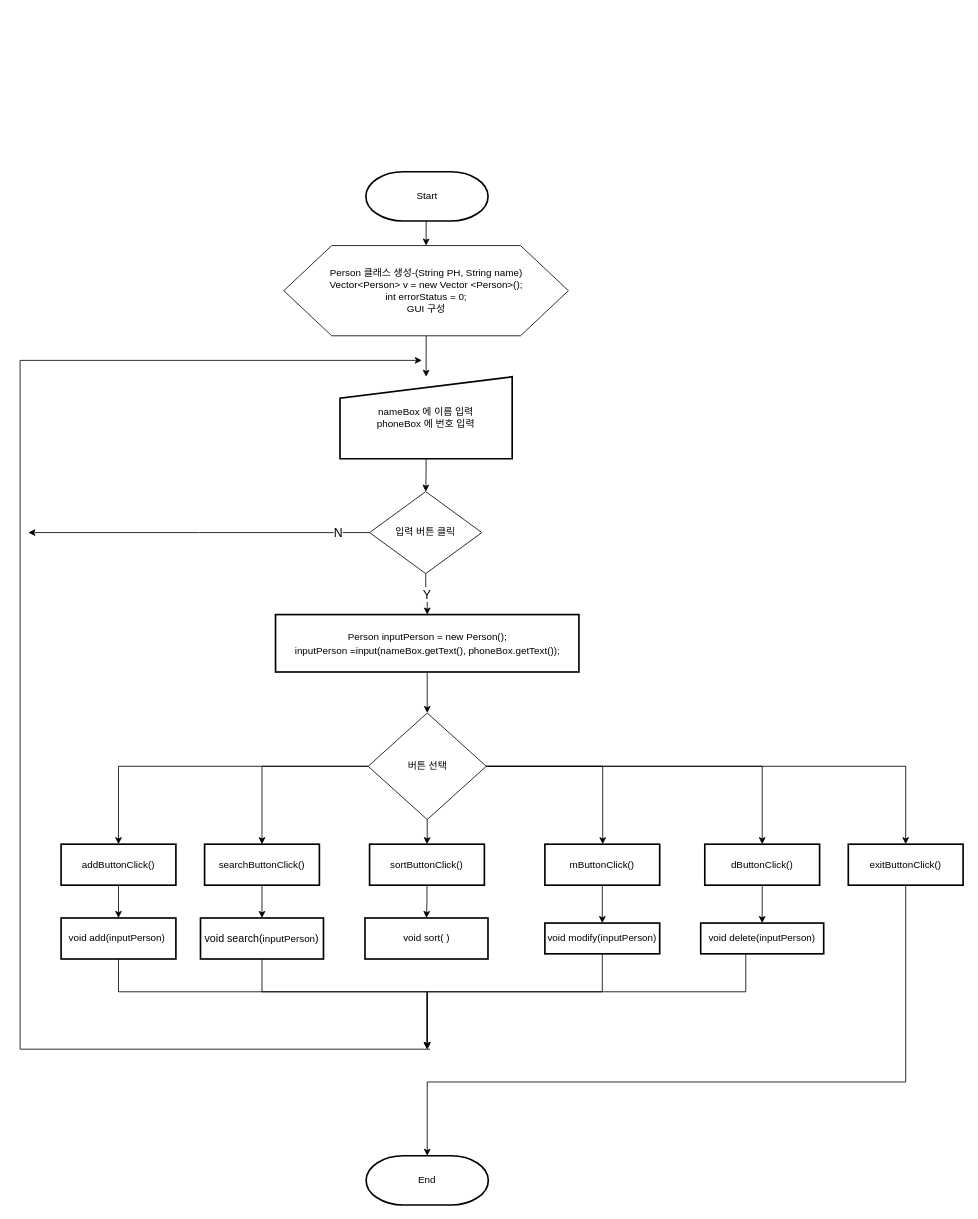
The draw.io diagram 순서도/전화번호관리부 main 함수 순서도_Java.drawio in skatld123/PH_list_java, before the edit. Source tidied: cells renumbered, new cells numbered last; positions are measured from the earlier drawing's top-left corner, leaving out a move shared by most shapes. Both pictures are drawn from the tidied source at 82%, with x=0, y=0 at pixel (20, 171).
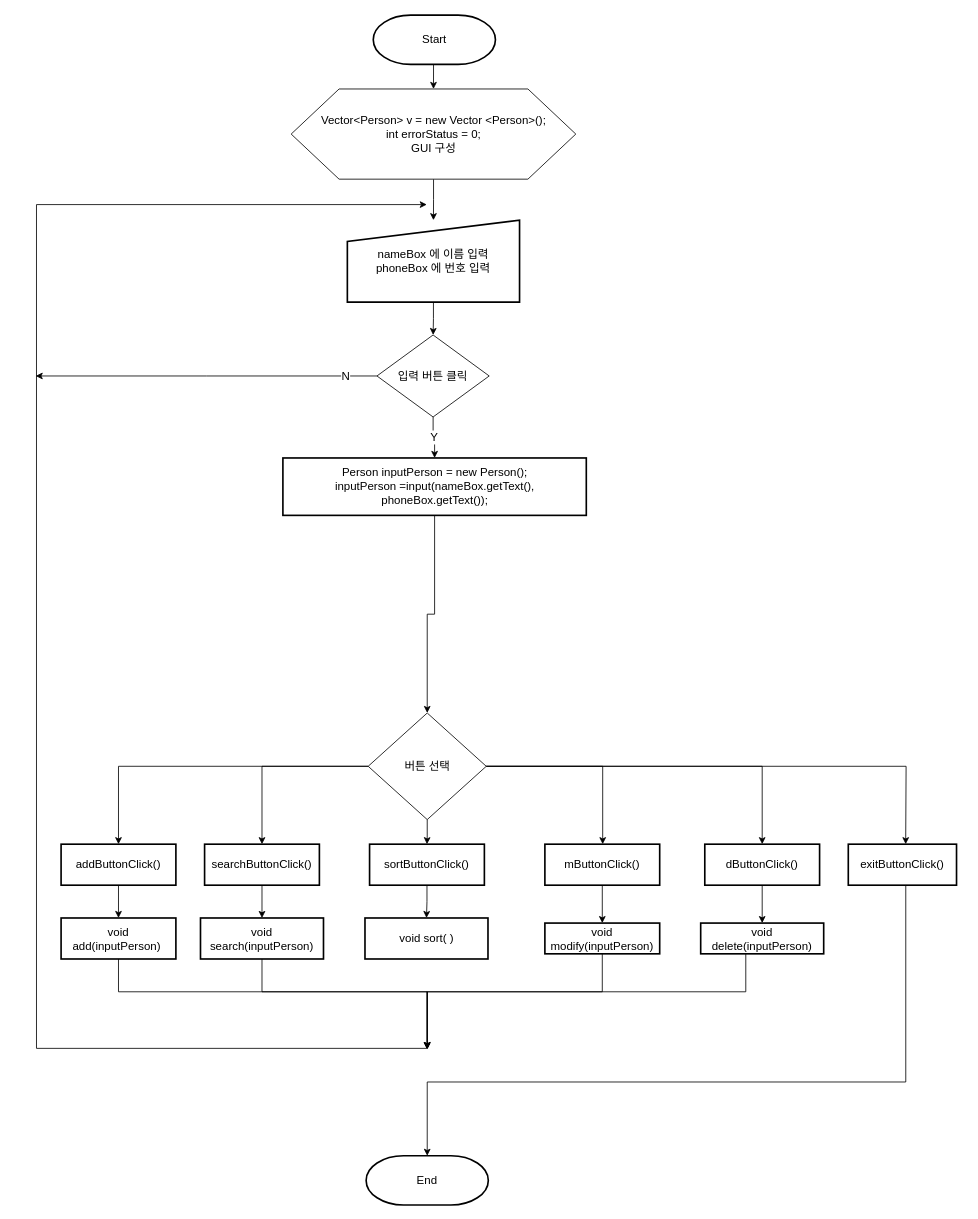
The same page after the edit.

Commit message:
전화번호관리부 main 함수 순서도_Java.drawio 업데이트

Change to the diagram source:
```diff
@@
-    <mxCell id="2" style="edgeStyle=orthogonalEdgeStyle;rounded=0;jettySize=auto;html=1;exitX=0.5;exitY=1;exitDx=0;exitDy=0;exitPerimeter=0;entryX=0.5;entryY=0;entryDx=0;entryDy=0;fontSize=13;" parent="1" edge="1" source="3" target="5">
+    <mxCell id="2" style="edgeStyle=orthogonalEdgeStyle;rounded=0;jettySize=auto;html=1;exitX=0.5;exitY=1;exitDx=0;exitDy=0;exitPerimeter=0;entryX=0.5;entryY=0;entryDx=0;entryDy=0;fontSize=14;" parent="1" edge="1" source="3" target="5">
       <mxGeometry relative="1" as="geometry" />
     </mxCell>
-    <mxCell id="3" value="Start" style="strokeWidth=2;html=1;shape=mxgraph.flowchart.terminator;whiteSpace=wrap;" parent="1" vertex="1">
-      <mxGeometry x="421.7" width="149" height="60" as="geometry" />
+    <mxCell id="3" value="Start" style="strokeWidth=2;html=1;shape=mxgraph.flowchart.terminator;whiteSpace=wrap;fontSize=14;" parent="1" vertex="1">
+      <mxGeometry x="430.7" y="-191" width="149" height="60" as="geometry" />
     </mxCell>
-    <mxCell id="4" style="edgeStyle=orthogonalEdgeStyle;rounded=0;jettySize=auto;html=1;fontSize=15;" parent="1" edge="1" source="5" target="24">
+    <mxCell id="4" style="edgeStyle=orthogonalEdgeStyle;rounded=0;jettySize=auto;html=1;fontSize=14;" parent="1" edge="1" source="5" target="24">
       <mxGeometry relative="1" as="geometry" />
     </mxCell>
-    <mxCell id="5" value="Person 클래스 생성-(String PH, String name)&lt;br&gt;Vector&amp;lt;Person&amp;gt; v = new Vector &amp;lt;Person&amp;gt;();&lt;br&gt;int errorStatus = 0;&lt;br&gt;GUI 구성" style="verticalLabelPosition=middle;verticalAlign=middle;html=1;shape=hexagon;perimeter=hexagonPerimeter2;arcSize=6;size=0.16828003457216897;labelPosition=center;align=center;" parent="1" vertex="1">
-      <mxGeometry x="321.6" y="90" width="347.1" height="110" as="geometry" />
+    <mxCell id="5" value="Vector&amp;lt;Person&amp;gt; v = new Vector &amp;lt;Person&amp;gt;();&lt;br style=&quot;font-size: 14px&quot;&gt;int errorStatus = 0;&lt;br style=&quot;font-size: 14px&quot;&gt;GUI 구성" style="verticalLabelPosition=middle;verticalAlign=middle;html=1;shape=hexagon;perimeter=hexagonPerimeter2;arcSize=6;size=0.16828003457216897;labelPosition=center;align=center;fontSize=14;" parent="1" vertex="1">
+      <mxGeometry x="330.6" y="-101" width="347.1" height="110" as="geometry" />
     </mxCell>
-    <mxCell id="6" style="edgeStyle=orthogonalEdgeStyle;rounded=0;jettySize=auto;html=1;fontSize=13;entryX=0.5;entryY=0;entryDx=0;entryDy=0;exitX=0.5;exitY=1;exitDx=0;exitDy=0;" parent="1" edge="1" source="7">
+    <mxCell id="6" style="edgeStyle=orthogonalEdgeStyle;rounded=0;jettySize=auto;html=1;fontSize=14;entryX=0.5;entryY=0;entryDx=0;entryDy=0;exitX=0.5;exitY=1;exitDx=0;exitDy=0;" parent="1" edge="1" source="7">
       <mxGeometry relative="1" as="geometry">
         <mxPoint x="496.5" y="1070" as="targetPoint" />
         <Array as="points">
           <mxPoint x="120" y="1000" />
           <mxPoint x="497" y="1000" />
         </Array>
       </mxGeometry>
     </mxCell>
-    <mxCell id="7" value="&lt;span style=&quot;text-align: left&quot;&gt;void add(inputPerson)&amp;nbsp;&lt;/span&gt;" style="rounded=1;whiteSpace=wrap;html=1;absoluteArcSize=1;arcSize=0;strokeWidth=2;" parent="1" vertex="1">
+    <mxCell id="7" value="&lt;span style=&quot;text-align: left; font-size: 14px;&quot;&gt;void add(inputPerson)&amp;nbsp;&lt;/span&gt;" style="rounded=1;whiteSpace=wrap;html=1;absoluteArcSize=1;arcSize=0;strokeWidth=2;fontSize=14;" parent="1" vertex="1">
       <mxGeometry x="50" y="910" width="140" height="50" as="geometry" />
     </mxCell>
-    <mxCell id="8" style="edgeStyle=orthogonalEdgeStyle;rounded=0;jettySize=auto;html=1;entryX=0.5;entryY=0;entryDx=0;entryDy=0;fontSize=13;" parent="1" edge="1" source="9">
+    <mxCell id="8" style="edgeStyle=orthogonalEdgeStyle;rounded=0;jettySize=auto;html=1;entryX=0.5;entryY=0;entryDx=0;entryDy=0;fontSize=14;" parent="1" edge="1" source="9">
       <mxGeometry relative="1" as="geometry">
         <mxPoint x="496.5" y="1070" as="targetPoint" />
         <Array as="points">
           <mxPoint x="295" y="1000" />
           <mxPoint x="497" y="1000" />
         </Array>
       </mxGeometry>
     </mxCell>
-    <mxCell id="9" value="&lt;span style=&quot;text-align: left&quot;&gt;&lt;span style=&quot;font-size: 13px&quot;&gt;void search(&lt;/span&gt;&lt;/span&gt;&lt;span style=&quot;text-align: left&quot;&gt;inputPerson&lt;/span&gt;&lt;span style=&quot;font-size: 13px ; text-align: left&quot;&gt;)&lt;/span&gt;" style="rounded=1;whiteSpace=wrap;html=1;absoluteArcSize=1;arcSize=0;strokeWidth=2;" parent="1" vertex="1">
+    <mxCell id="9" value="&lt;span style=&quot;text-align: left; font-size: 14px;&quot;&gt;&lt;span style=&quot;font-size: 14px;&quot;&gt;void search(&lt;/span&gt;&lt;/span&gt;&lt;span style=&quot;text-align: left; font-size: 14px;&quot;&gt;inputPerson&lt;/span&gt;&lt;span style=&quot;font-size: 14px; text-align: left;&quot;&gt;)&lt;/span&gt;" style="rounded=1;whiteSpace=wrap;html=1;absoluteArcSize=1;arcSize=0;strokeWidth=2;fontSize=14;" parent="1" vertex="1">
       <mxGeometry x="220" y="910" width="150" height="50" as="geometry" />
     </mxCell>
-    <mxCell id="10" style="edgeStyle=orthogonalEdgeStyle;rounded=0;jettySize=auto;html=1;entryX=0.5;entryY=0;entryDx=0;entryDy=0;fontSize=13;" parent="1" edge="1" source="11">
+    <mxCell id="10" style="edgeStyle=orthogonalEdgeStyle;rounded=0;jettySize=auto;html=1;entryX=0.5;entryY=0;entryDx=0;entryDy=0;fontSize=14;" parent="1" edge="1" source="11">
       <mxGeometry relative="1" as="geometry">
         <mxPoint x="496.5" y="1070" as="targetPoint" />
         <Array as="points">
           <mxPoint x="710" y="1000" />
           <mxPoint x="497" y="1000" />
         </Array>
       </mxGeometry>
     </mxCell>
-    <mxCell id="11" value="&lt;span style=&quot;text-align: left&quot;&gt;void modify(inputPerson)&lt;/span&gt;" style="rounded=1;whiteSpace=wrap;html=1;absoluteArcSize=1;arcSize=0;strokeWidth=2;" parent="1" vertex="1">
+    <mxCell id="11" value="&lt;span style=&quot;text-align: left; font-size: 14px;&quot;&gt;void modify(inputPerson)&lt;/span&gt;" style="rounded=1;whiteSpace=wrap;html=1;absoluteArcSize=1;arcSize=0;strokeWidth=2;fontSize=14;" parent="1" vertex="1">
       <mxGeometry x="640" y="916.2" width="140" height="37.5" as="geometry" />
     </mxCell>
-    <mxCell id="12" style="edgeStyle=orthogonalEdgeStyle;rounded=0;jettySize=auto;html=1;fontSize=13;entryX=0.5;entryY=0;entryDx=0;entryDy=0;" parent="1" edge="1" source="13">
+    <mxCell id="12" style="edgeStyle=orthogonalEdgeStyle;rounded=0;jettySize=auto;html=1;fontSize=14;entryX=0.5;entryY=0;entryDx=0;entryDy=0;" parent="1" edge="1" source="13">
       <mxGeometry relative="1" as="geometry">
         <mxPoint x="496.5" y="1070" as="targetPoint" />
         <Array as="points">
           <mxPoint x="885" y="1000" />
           <mxPoint x="497" y="1000" />
         </Array>
       </mxGeometry>
     </mxCell>
-    <mxCell id="13" value="&lt;font face=&quot;helvetica&quot;&gt;void delete(inputPerson)&lt;/font&gt;" style="rounded=1;whiteSpace=wrap;html=1;absoluteArcSize=1;arcSize=0;strokeWidth=2;" parent="1" vertex="1">
+    <mxCell id="13" value="&lt;font face=&quot;helvetica&quot; style=&quot;font-size: 14px;&quot;&gt;void delete(inputPerson)&lt;/font&gt;" style="rounded=1;whiteSpace=wrap;html=1;absoluteArcSize=1;arcSize=0;strokeWidth=2;fontSize=14;" parent="1" vertex="1">
       <mxGeometry x="830" y="916.2" width="150" height="37.5" as="geometry" />
     </mxCell>
-    <mxCell id="14" style="edgeStyle=orthogonalEdgeStyle;rounded=0;orthogonalLoop=1;jettySize=auto;html=1;fontSize=13;" parent="1" edge="1">
+    <mxCell id="14" style="edgeStyle=orthogonalEdgeStyle;rounded=0;orthogonalLoop=1;jettySize=auto;html=1;fontSize=14;" parent="1" edge="1">
       <mxGeometry relative="1" as="geometry">
-        <mxPoint x="500" y="1070" as="sourcePoint" />
-        <mxPoint x="490" y="230" as="targetPoint" />
+        <mxPoint x="496" y="1069" as="sourcePoint" />
+        <mxPoint x="496" y="40" as="targetPoint" />
         <Array as="points">
-          <mxPoint y="1070" />
-          <mxPoint y="230" />
-          <mxPoint x="490" y="230" />
+          <mxPoint x="20" y="1069" />
+          <mxPoint x="20" y="40" />
         </Array>
       </mxGeometry>
     </mxCell>
-    <mxCell id="15" value="End" style="strokeWidth=2;html=1;shape=mxgraph.flowchart.terminator;whiteSpace=wrap;" parent="1" vertex="1">
+    <mxCell id="15" value="End" style="strokeWidth=2;html=1;shape=mxgraph.flowchart.terminator;whiteSpace=wrap;fontSize=14;" parent="1" vertex="1">
       <mxGeometry x="422" y="1200" width="149" height="60" as="geometry" />
     </mxCell>
-    <mxCell id="16" style="edgeStyle=orthogonalEdgeStyle;rounded=0;jettySize=auto;html=1;fontSize=13;" parent="1" edge="1" source="31" target="7">
+    <mxCell id="16" style="edgeStyle=orthogonalEdgeStyle;rounded=0;jettySize=auto;html=1;fontSize=14;" parent="1" edge="1" source="31" target="7">
       <mxGeometry x="0.8" relative="1" as="geometry" />
     </mxCell>
-    <mxCell id="17" style="edgeStyle=orthogonalEdgeStyle;rounded=0;jettySize=auto;html=1;fontSize=13;entryX=0.5;entryY=0;entryDx=0;entryDy=0;" parent="1" edge="1" source="35" target="9">
+    <mxCell id="17" style="edgeStyle=orthogonalEdgeStyle;rounded=0;jettySize=auto;html=1;fontSize=14;entryX=0.5;entryY=0;entryDx=0;entryDy=0;" parent="1" edge="1" source="35" target="9">
       <mxGeometry x="0.68" relative="1" as="geometry" />
     </mxCell>
-    <mxCell id="18" style="edgeStyle=orthogonalEdgeStyle;rounded=0;jettySize=auto;html=1;fontSize=13;entryX=0.5;entryY=0;entryDx=0;entryDy=0;" parent="1" edge="1" source="33" target="27">
+    <mxCell id="18" style="edgeStyle=orthogonalEdgeStyle;rounded=0;jettySize=auto;html=1;fontSize=14;entryX=0.5;entryY=0;entryDx=0;entryDy=0;" parent="1" edge="1" source="33" target="27">
       <mxGeometry relative="1" as="geometry" />
     </mxCell>
-    <mxCell id="19" style="edgeStyle=orthogonalEdgeStyle;rounded=0;jettySize=auto;html=1;fontSize=13;" parent="1" edge="1" source="37" target="11">
+    <mxCell id="19" style="edgeStyle=orthogonalEdgeStyle;rounded=0;jettySize=auto;html=1;fontSize=14;" parent="1" edge="1" source="37" target="11">
       <mxGeometry relative="1" as="geometry" />
     </mxCell>
-    <mxCell id="20" style="edgeStyle=orthogonalEdgeStyle;rounded=0;jettySize=auto;html=1;fontSize=13;" parent="1" edge="1" source="39" target="13">
+    <mxCell id="20" style="edgeStyle=orthogonalEdgeStyle;rounded=0;jettySize=auto;html=1;fontSize=14;" parent="1" edge="1" source="39" target="13">
       <mxGeometry relative="1" as="geometry" />
     </mxCell>
-    <mxCell id="21" style="edgeStyle=orthogonalEdgeStyle;rounded=0;jettySize=auto;html=1;entryX=0.5;entryY=0;entryDx=0;entryDy=0;fontSize=15;" parent="1" edge="1" source="22" target="42">
-      <mxGeometry relative="1" as="geometry" />
+    <mxCell id="21" style="edgeStyle=orthogonalEdgeStyle;rounded=0;jettySize=auto;html=1;entryX=0.5;entryY=0;entryDx=0;entryDy=0;fontSize=14;" parent="1" edge="1" source="22">
+      <mxGeometry relative="1" as="geometry">
+        <mxPoint x="1080" y="820" as="targetPoint" />
+      </mxGeometry>
     </mxCell>
-    <mxCell id="22" value="버튼 선택" style="rhombus;whiteSpace=wrap;html=1;" parent="1" vertex="1">
+    <mxCell id="22" value="버튼 선택" style="rhombus;whiteSpace=wrap;html=1;fontSize=14;" parent="1" vertex="1">
       <mxGeometry x="424.5" y="660" width="144" height="130" as="geometry" />
     </mxCell>
-    <mxCell id="23" style="edgeStyle=orthogonalEdgeStyle;rounded=0;jettySize=auto;html=1;fontSize=15;" parent="1" edge="1" source="24" target="30">
+    <mxCell id="23" style="edgeStyle=orthogonalEdgeStyle;rounded=0;jettySize=auto;html=1;fontSize=14;" parent="1" edge="1" source="24" target="30">
       <mxGeometry relative="1" as="geometry" />
     </mxCell>
-    <mxCell id="24" value="&lt;span style=&quot;font-size: 12px&quot;&gt;nameBox 에 이름 입력&lt;br style=&quot;font-size: 12px&quot;&gt;phoneBox 에 번호 입력&lt;br style=&quot;font-size: 12px&quot;&gt;&lt;/span&gt;" style="html=1;strokeWidth=2;shape=manualInput;whiteSpace=wrap;rounded=1;size=26;arcSize=0;fontSize=12;" parent="1" vertex="1">
-      <mxGeometry x="390.1" y="250" width="210" height="100" as="geometry" />
+    <mxCell id="24" value="&lt;span style=&quot;font-size: 14px;&quot;&gt;nameBox 에 이름 입력&lt;br style=&quot;font-size: 14px;&quot;&gt;phoneBox 에 번호 입력&lt;br style=&quot;font-size: 14px;&quot;&gt;&lt;/span&gt;" style="html=1;strokeWidth=2;shape=manualInput;whiteSpace=wrap;rounded=1;size=26;arcSize=0;fontSize=14;" parent="1" vertex="1">
+      <mxGeometry x="399.1" y="59" width="210" height="100" as="geometry" />
     </mxCell>
-    <mxCell id="25" style="edgeStyle=orthogonalEdgeStyle;rounded=0;jettySize=auto;html=1;fontSize=15;" parent="1" edge="1" source="26" target="22">
+    <mxCell id="25" style="edgeStyle=orthogonalEdgeStyle;rounded=0;jettySize=auto;html=1;fontSize=14;" parent="1" edge="1" source="26" target="22">
       <mxGeometry relative="1" as="geometry" />
     </mxCell>
-    <mxCell id="26" value="&lt;span style=&quot;font-size: 12px&quot;&gt;Person inputPerson = new Person();&lt;br&gt;&lt;/span&gt;&lt;span style=&quot;font-size: 12px&quot;&gt;inputPerson&amp;nbsp;&lt;/span&gt;&lt;span style=&quot;font-size: 12px&quot;&gt;=input(nameBox.getText(), phoneBox.getText());&lt;/span&gt;" style="rounded=1;whiteSpace=wrap;html=1;absoluteArcSize=1;arcSize=0;strokeWidth=2;fontSize=13;" parent="1" vertex="1">
-      <mxGeometry x="311.5" y="540" width="370" height="70" as="geometry" />
+    <mxCell id="26" value="&lt;span style=&quot;font-size: 14px;&quot;&gt;Person inputPerson = new Person();&lt;br style=&quot;font-size: 14px;&quot;&gt;&lt;/span&gt;&lt;span style=&quot;font-size: 14px;&quot;&gt;inputPerson&amp;nbsp;&lt;/span&gt;&lt;span style=&quot;font-size: 14px;&quot;&gt;=input(nameBox.getText(), phoneBox.getText());&lt;/span&gt;" style="rounded=1;whiteSpace=wrap;html=1;absoluteArcSize=1;arcSize=0;strokeWidth=2;fontSize=14;" parent="1" vertex="1">
+      <mxGeometry x="320.5" y="349" width="370" height="70" as="geometry" />
     </mxCell>
-    <mxCell id="27" value="&lt;span style=&quot;text-align: left&quot;&gt;void&amp;nbsp;&lt;/span&gt;&lt;span style=&quot;text-align: left&quot;&gt;sort&lt;/span&gt;&lt;span style=&quot;text-align: left&quot;&gt;( )&lt;/span&gt;" style="rounded=1;whiteSpace=wrap;html=1;absoluteArcSize=1;arcSize=0;strokeWidth=2;" parent="1" vertex="1">
+    <mxCell id="27" value="&lt;span style=&quot;text-align: left; font-size: 14px;&quot;&gt;void&amp;nbsp;&lt;/span&gt;&lt;span style=&quot;text-align: left; font-size: 14px;&quot;&gt;sort&lt;/span&gt;&lt;span style=&quot;text-align: left; font-size: 14px;&quot;&gt;( )&lt;/span&gt;" style="rounded=1;whiteSpace=wrap;html=1;absoluteArcSize=1;arcSize=0;strokeWidth=2;fontSize=14;" parent="1" vertex="1">
       <mxGeometry x="420.6" y="910" width="150" height="50" as="geometry" />
     </mxCell>
-    <mxCell id="28" value="Y" style="edgeStyle=orthogonalEdgeStyle;rounded=0;jettySize=auto;html=1;fontSize=15;" parent="1" edge="1" source="30" target="26">
+    <mxCell id="28" value="Y" style="edgeStyle=orthogonalEdgeStyle;rounded=0;jettySize=auto;html=1;fontSize=14;" parent="1" edge="1" source="30" target="26">
       <mxGeometry relative="1" as="geometry" />
     </mxCell>
-    <mxCell id="29" value="N" style="edgeStyle=orthogonalEdgeStyle;rounded=0;jettySize=auto;html=1;fontSize=15;" parent="1" edge="1" source="30">
+    <mxCell id="29" value="N" style="edgeStyle=orthogonalEdgeStyle;rounded=0;jettySize=auto;html=1;fontSize=14;" parent="1" edge="1" source="30">
       <mxGeometry x="-0.82" relative="1" as="geometry">
-        <mxPoint x="10" y="440" as="targetPoint" />
+        <mxPoint x="19" y="249" as="targetPoint" />
       </mxGeometry>
     </mxCell>
-    <mxCell id="30" value="입력 버튼 클릭" style="rhombus;whiteSpace=wrap;html=1;" parent="1" vertex="1">
-      <mxGeometry x="426.2" y="390" width="136.9" height="100" as="geometry" />
+    <mxCell id="30" value="입력 버튼 클릭" style="rhombus;whiteSpace=wrap;html=1;fontSize=14;" parent="1" vertex="1">
+      <mxGeometry x="435.2" y="199" width="136.9" height="100" as="geometry" />
     </mxCell>
-    <mxCell id="31" value="&lt;span style=&quot;text-align: left&quot;&gt;addButtonClick()&lt;/span&gt;" style="rounded=1;whiteSpace=wrap;html=1;absoluteArcSize=1;arcSize=0;strokeWidth=2;" parent="1" vertex="1">
+    <mxCell id="31" value="&lt;span style=&quot;text-align: left; font-size: 14px;&quot;&gt;addButtonClick()&lt;/span&gt;" style="rounded=1;whiteSpace=wrap;html=1;absoluteArcSize=1;arcSize=0;strokeWidth=2;fontSize=14;" parent="1" vertex="1">
       <mxGeometry x="50" y="820" width="140" height="50" as="geometry" />
     </mxCell>
-    <mxCell id="32" style="edgeStyle=orthogonalEdgeStyle;rounded=0;jettySize=auto;html=1;fontSize=13;" parent="1" edge="1" source="22" target="31">
+    <mxCell id="32" style="edgeStyle=orthogonalEdgeStyle;rounded=0;jettySize=auto;html=1;fontSize=14;" parent="1" edge="1" source="22" target="31">
       <mxGeometry x="0.8" relative="1" as="geometry" />
     </mxCell>
-    <mxCell id="33" value="&lt;span style=&quot;text-align: left&quot;&gt;sortButtonClick()&lt;/span&gt;" style="rounded=1;whiteSpace=wrap;html=1;absoluteArcSize=1;arcSize=0;strokeWidth=2;" parent="1" vertex="1">
+    <mxCell id="33" value="&lt;span style=&quot;text-align: left; font-size: 14px;&quot;&gt;sortButtonClick()&lt;/span&gt;" style="rounded=1;whiteSpace=wrap;html=1;absoluteArcSize=1;arcSize=0;strokeWidth=2;fontSize=14;" parent="1" vertex="1">
       <mxGeometry x="426.2" y="820" width="140" height="50" as="geometry" />
     </mxCell>
-    <mxCell id="34" style="edgeStyle=orthogonalEdgeStyle;rounded=0;jettySize=auto;html=1;fontSize=13;entryX=0.5;entryY=0;entryDx=0;entryDy=0;" parent="1" edge="1" source="22" target="33">
+    <mxCell id="34" style="edgeStyle=orthogonalEdgeStyle;rounded=0;jettySize=auto;html=1;fontSize=14;entryX=0.5;entryY=0;entryDx=0;entryDy=0;" parent="1" edge="1" source="22" target="33">
       <mxGeometry relative="1" as="geometry" />
     </mxCell>
-    <mxCell id="35" value="&lt;span style=&quot;text-align: left&quot;&gt;searchButtonClick()&lt;/span&gt;" style="rounded=1;whiteSpace=wrap;html=1;absoluteArcSize=1;arcSize=0;strokeWidth=2;" parent="1" vertex="1">
+    <mxCell id="35" value="&lt;span style=&quot;text-align: left; font-size: 14px;&quot;&gt;searchButtonClick()&lt;/span&gt;" style="rounded=1;whiteSpace=wrap;html=1;absoluteArcSize=1;arcSize=0;strokeWidth=2;fontSize=14;" parent="1" vertex="1">
       <mxGeometry x="225" y="820" width="140" height="50" as="geometry" />
     </mxCell>
-    <mxCell id="36" style="edgeStyle=orthogonalEdgeStyle;rounded=0;jettySize=auto;html=1;fontSize=13;entryX=0.5;entryY=0;entryDx=0;entryDy=0;" parent="1" edge="1" source="22" target="35">
+    <mxCell id="36" style="edgeStyle=orthogonalEdgeStyle;rounded=0;jettySize=auto;html=1;fontSize=14;entryX=0.5;entryY=0;entryDx=0;entryDy=0;" parent="1" edge="1" source="22" target="35">
       <mxGeometry x="0.68" relative="1" as="geometry" />
     </mxCell>
-    <mxCell id="37" value="&lt;span style=&quot;text-align: left&quot;&gt;mButtonClick()&lt;/span&gt;" style="rounded=1;whiteSpace=wrap;html=1;absoluteArcSize=1;arcSize=0;strokeWidth=2;" parent="1" vertex="1">
+    <mxCell id="37" value="&lt;span style=&quot;text-align: left; font-size: 14px;&quot;&gt;mButtonClick()&lt;/span&gt;" style="rounded=1;whiteSpace=wrap;html=1;absoluteArcSize=1;arcSize=0;strokeWidth=2;fontSize=14;" parent="1" vertex="1">
       <mxGeometry x="640" y="820" width="140" height="50" as="geometry" />
     </mxCell>
-    <mxCell id="38" style="edgeStyle=orthogonalEdgeStyle;rounded=0;jettySize=auto;html=1;fontSize=13;" parent="1" edge="1" source="22" target="37">
+    <mxCell id="38" style="edgeStyle=orthogonalEdgeStyle;rounded=0;jettySize=auto;html=1;fontSize=14;" parent="1" edge="1" source="22" target="37">
       <mxGeometry relative="1" as="geometry">
         <Array as="points">
           <mxPoint x="710.5" y="725" />
         </Array>
       </mxGeometry>
     </mxCell>
-    <mxCell id="39" value="&lt;span style=&quot;text-align: left&quot;&gt;dButtonClick()&lt;/span&gt;" style="rounded=1;whiteSpace=wrap;html=1;absoluteArcSize=1;arcSize=0;strokeWidth=2;" parent="1" vertex="1">
+    <mxCell id="39" value="&lt;span style=&quot;text-align: left; font-size: 14px;&quot;&gt;dButtonClick()&lt;/span&gt;" style="rounded=1;whiteSpace=wrap;html=1;absoluteArcSize=1;arcSize=0;strokeWidth=2;fontSize=14;" parent="1" vertex="1">
       <mxGeometry x="835" y="820" width="140" height="50" as="geometry" />
     </mxCell>
-    <mxCell id="40" style="edgeStyle=orthogonalEdgeStyle;rounded=0;jettySize=auto;html=1;fontSize=13;" parent="1" edge="1" source="22" target="39">
+    <mxCell id="40" style="edgeStyle=orthogonalEdgeStyle;rounded=0;jettySize=auto;html=1;fontSize=14;" parent="1" edge="1" source="22" target="39">
       <mxGeometry relative="1" as="geometry" />
     </mxCell>
-    <mxCell id="41" style="edgeStyle=orthogonalEdgeStyle;rounded=0;jettySize=auto;html=1;entryX=0.5;entryY=0;entryDx=0;entryDy=0;entryPerimeter=0;fontSize=15;" parent="1" edge="1" source="42" target="15">
+    <mxCell id="41" style="edgeStyle=orthogonalEdgeStyle;rounded=0;jettySize=auto;html=1;entryX=0.5;entryY=0;entryDx=0;entryDy=0;entryPerimeter=0;fontSize=14;" parent="1" edge="1" target="15">
       <mxGeometry relative="1" as="geometry">
+        <mxPoint x="1080.1" y="870" as="sourcePoint" />
         <Array as="points">
           <mxPoint x="1080" y="1110" />
           <mxPoint x="497" y="1110" />
         </Array>
       </mxGeometry>
     </mxCell>
-    <mxCell id="42" value="&lt;span style=&quot;text-align: left&quot;&gt;exitButtonClick()&lt;/span&gt;" style="rounded=1;whiteSpace=wrap;html=1;absoluteArcSize=1;arcSize=0;strokeWidth=2;" parent="1" vertex="1">
-      <mxGeometry x="1010" y="820" width="140" height="50" as="geometry" />
+    <mxCell id="42" value="&lt;span style=&quot;text-align: left; font-size: 14px;&quot;&gt;exitButtonClick()&lt;/span&gt;" style="rounded=1;whiteSpace=wrap;html=1;absoluteArcSize=1;arcSize=0;strokeWidth=2;fontSize=14;" parent="1" vertex="1">
+      <mxGeometry x="1010" y="820" width="132" height="50" as="geometry" />
     </mxCell>
```
